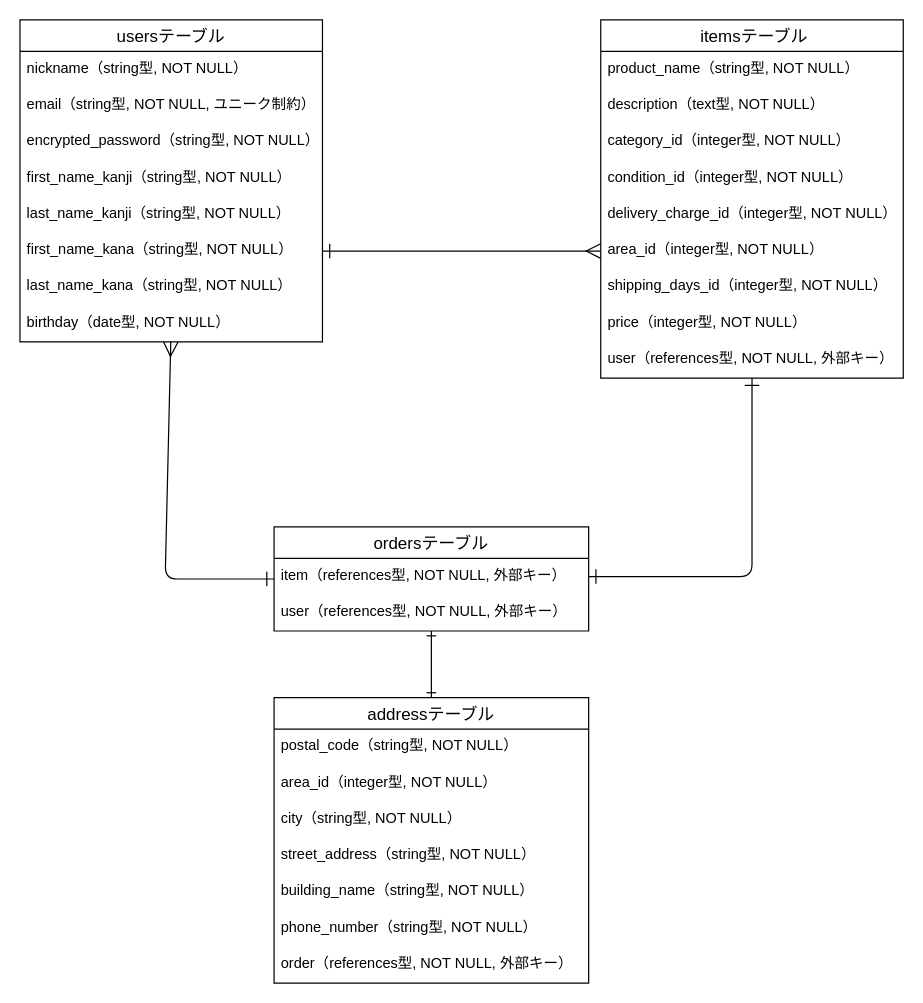
Above: test.dio in Tanaka925/furima-40189 (draw.io), before the change. Source tidied: cells renumbered, new cells numbered last; positions are measured from the earlier drawing's top-left corner, leaving out a move shared by most shapes. Both pictures are drawn from the tidied source at 121%, with x=0, y=0 at pixel (19, 19).
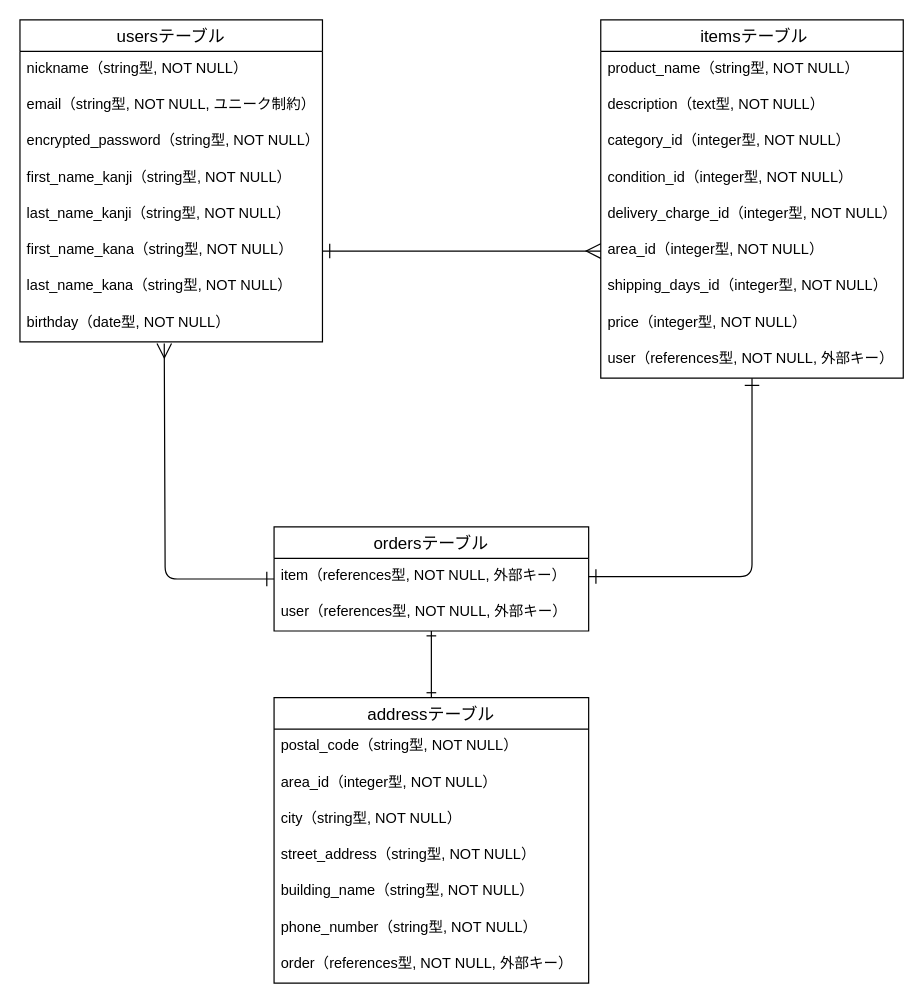
The same page after the edit.

Unchanged cells that the change refers to:
```xml
<mxCell id="10" value="birthday（date型, NOT NULL）" style="text;strokeColor=none;fillColor=none;spacingLeft=4;spacingRight=4;overflow=hidden;points=[[0,0.5],[1,0.5]];portConstraint=eastwest;fontSize=12;" parent="2" vertex="1">
  <mxGeometry y="236" width="250" height="30" as="geometry" />
</mxCell>
<mxCell id="33" value="ordersテーブル" style="swimlane;fontStyle=0;horizontal=1;startSize=26;align=center;fontSize=14;" parent="1" vertex="1">
  <mxGeometry x="210" y="419" width="260" height="86" as="geometry" />
</mxCell>
```

Change to the diagram source:
```diff
@@
-    <mxCell id="31" style="edgeStyle=none;html=1;entryX=0;entryY=0.5;entryDx=0;entryDy=0;startArrow=ERmany;startFill=0;endArrow=ERone;endFill=0;startSize=10;endSize=10;" parent="1" edge="1" source="10" target="33">
+    <mxCell id="31" style="edgeStyle=none;html=1;entryX=0;entryY=0.5;entryDx=0;entryDy=0;startArrow=ERmany;startFill=0;endArrow=ERone;endFill=0;startSize=10;endSize=10;exitX=0.477;exitY=1.044;exitDx=0;exitDy=0;exitPerimeter=0;" parent="1" edge="1" source="10" target="33">
       <mxGeometry relative="1" as="geometry">
         <Array as="points">
           <mxPoint x="120" y="462" />
         </Array>
       </mxGeometry>
     </mxCell>
```
